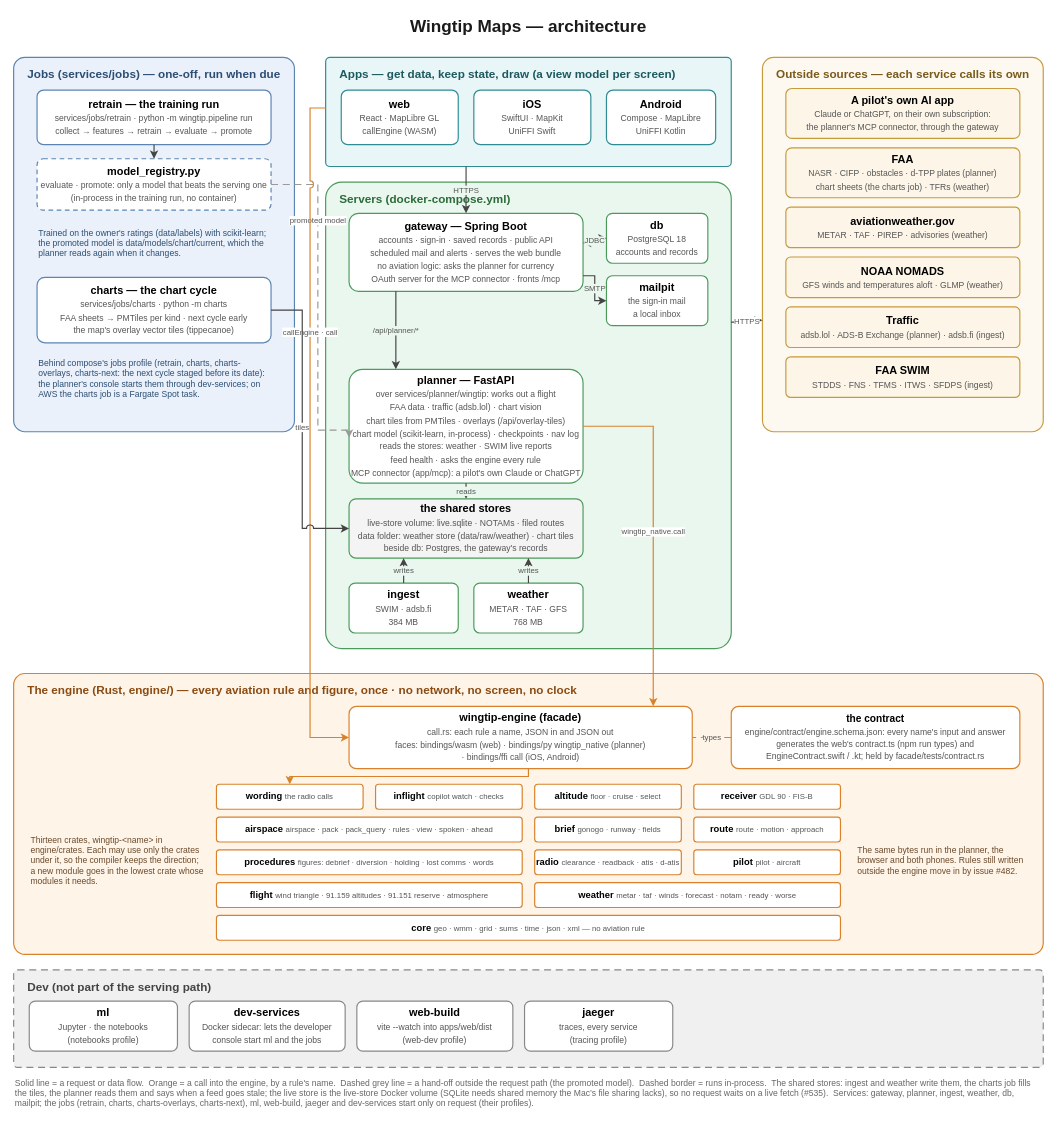
Earlier version of the draw.io diagram docs/architecture-current.drawio (asdaq-samir/wingtip). Source tidied: cells renumbered, new cells numbered last; positions are measured from the earlier drawing's top-left corner, leaving out a move shared by most shapes. Both pictures are drawn from the tidied source at 78%, with x=0, y=0 at pixel (13, 13).
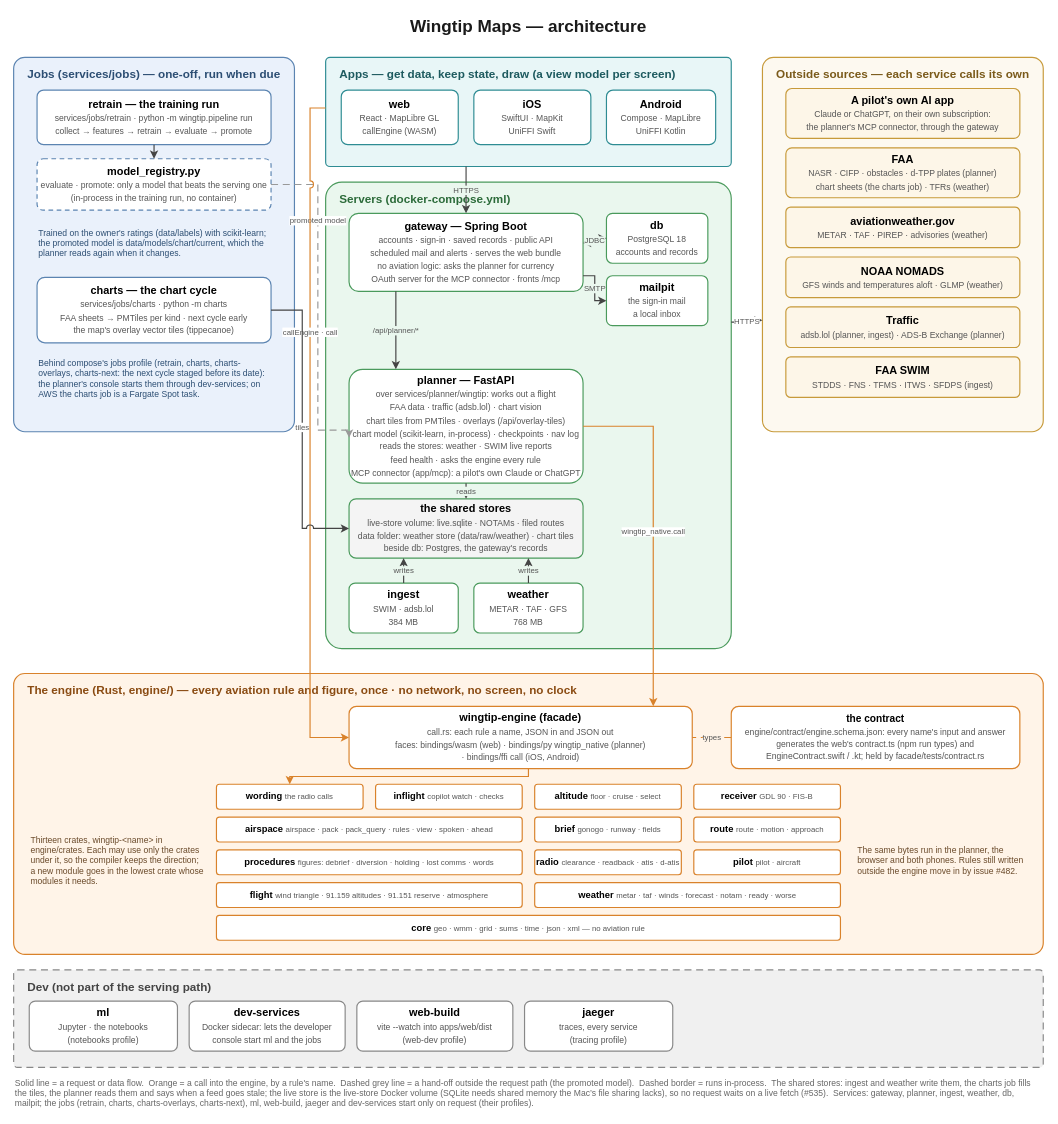
The same page after the edit.

Change to the diagram source:
```diff
@@
-    <mxCell id="22" value="&lt;b&gt;ingest&lt;/b&gt;&lt;br&gt;&lt;span style=&quot;font-size:11px;color:#555555;&quot;&gt;SWIM · adsb.fi&lt;/span&gt;&lt;br&gt;&lt;span style=&quot;font-size:11px;color:#555555;&quot;&gt;384 MB&lt;/span&gt;" style="rounded=1;arcSize=12;whiteSpace=wrap;html=1;fillColor=#FFFFFF;strokeColor=#4A9A5C;strokeWidth=1.5;fontSize=14;" parent="1" vertex="1">
+    <mxCell id="22" value="&lt;b&gt;ingest&lt;/b&gt;&lt;br&gt;&lt;span style=&quot;font-size:11px;color:#555555;&quot;&gt;SWIM · adsb.lol&lt;/span&gt;&lt;br&gt;&lt;span style=&quot;font-size:11px;color:#555555;&quot;&gt;384 MB&lt;/span&gt;" style="rounded=1;arcSize=12;whiteSpace=wrap;html=1;fillColor=#FFFFFF;strokeColor=#4A9A5C;strokeWidth=1.5;fontSize=14;" parent="1" vertex="1">
       <mxGeometry x="430" y="730" width="140" height="64" as="geometry" />
     </mxCell>
@@
-    <mxCell id="28" value="&lt;b&gt;Traffic&lt;/b&gt;&lt;br&gt;&lt;span style=&quot;font-size:11px;color:#555555;&quot;&gt;adsb.lol · ADS-B Exchange (planner) · adsb.fi (ingest)&lt;/span&gt;" style="rounded=1;arcSize=12;whiteSpace=wrap;html=1;fillColor=#FDF6E8;strokeColor=#C79A3A;strokeWidth=1.5;fontSize=14;" parent="1" vertex="1">
+    <mxCell id="28" value="&lt;b&gt;Traffic&lt;/b&gt;&lt;br&gt;&lt;span style=&quot;font-size:11px;color:#555555;&quot;&gt;adsb.lol (planner, ingest) · ADS-B Exchange (planner)&lt;/span&gt;" style="rounded=1;arcSize=12;whiteSpace=wrap;html=1;fillColor=#FDF6E8;strokeColor=#C79A3A;strokeWidth=1.5;fontSize=14;" parent="1" vertex="1">
       <mxGeometry x="990" y="376" width="300" height="52" as="geometry" />
     </mxCell>
```
